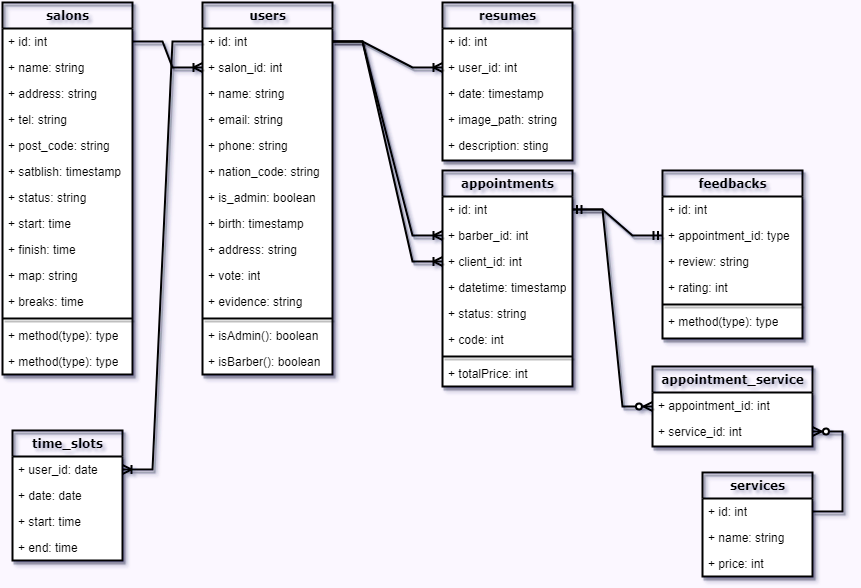
This is MoocutTableDiagram.drawio.png from RezaRfahi/moocut, a draw.io export, as it was before one commit. Source tidied: cells renumbered, new cells last; positions are measured from the earlier drawing's top-left corner, leaving out a move shared by most shapes.
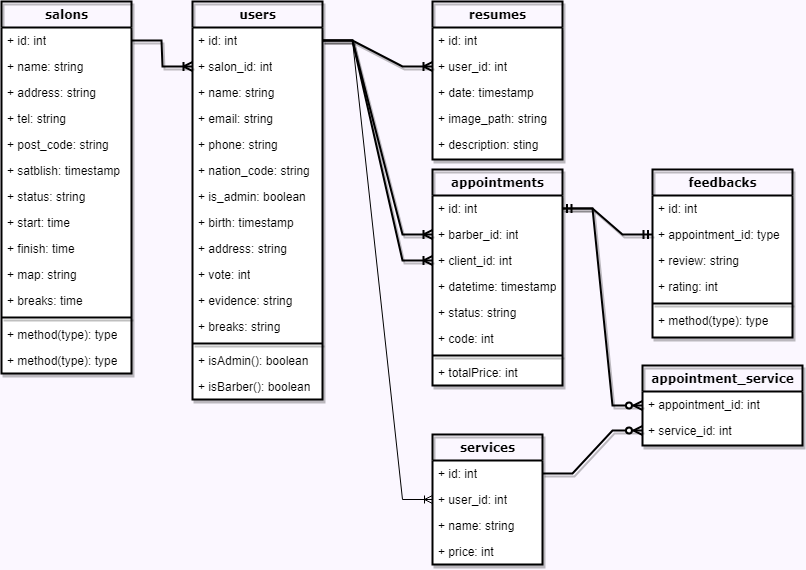
After the change.

Change to the diagram source:
```diff
@@ -12,7 +12,7 @@
       <mxGeometry y="52" width="160" height="26" as="geometry" />
     </mxCell>
     <mxCell id="5" value="users" style="swimlane;html=1;fontStyle=1;align=center;verticalAlign=top;horizontal=1;startSize=26;swimlaneFillColor=#ffffff;rounded=0;shadow=1;comic=0;labelBackgroundColor=none;strokeWidth=2;fillColor=none;fontFamily=Verdana;fontSize=12;" parent="1" vertex="1">
-      <mxGeometry x="200" width="130" height="372" as="geometry" />
+      <mxGeometry x="200" width="130" height="398" as="geometry" />
     </mxCell>
     <mxCell id="6" value="+ id: int" style="text;html=1;strokeColor=none;fillColor=none;align=left;verticalAlign=top;spacingLeft=4;spacingRight=4;whiteSpace=wrap;overflow=hidden;points=[[0,0.5],[1,0.5]];portConstraint=eastwest;shadow=1;strokeWidth=2;" parent="5" vertex="1">
       <mxGeometry y="26" width="130" height="26" as="geometry" />
@@ -47,14 +47,17 @@
     <mxCell id="16" value="+ evidence: string" style="text;html=1;strokeColor=none;fillColor=none;align=left;verticalAlign=top;spacingLeft=4;spacingRight=4;whiteSpace=wrap;overflow=hidden;shadow=1;strokeWidth=2;" parent="5" vertex="1">
       <mxGeometry y="286" width="130" height="26" as="geometry" />
     </mxCell>
+    <mxCell id="74" value="+ breaks: string" style="text;html=1;strokeColor=none;fillColor=none;align=left;verticalAlign=top;spacingLeft=4;spacingRight=4;whiteSpace=wrap;overflow=hidden;shadow=1;strokeWidth=2;" parent="5" vertex="1">
+      <mxGeometry y="312" width="130" height="26" as="geometry" />
+    </mxCell>
     <mxCell id="17" style="line;html=1;strokeWidth=2;fillColor=none;align=left;verticalAlign=middle;spacingTop=-1;spacingLeft=3;spacingRight=3;labelPosition=right;shadow=1;" parent="5" vertex="1">
-      <mxGeometry y="312" width="130" height="8" as="geometry" />
+      <mxGeometry y="338" width="130" height="8" as="geometry" />
     </mxCell>
     <mxCell id="18" value="+ isAdmin(): boolean" style="text;html=1;strokeColor=none;fillColor=none;align=left;verticalAlign=top;spacingLeft=4;spacingRight=4;whiteSpace=wrap;overflow=hidden;shadow=1;strokeWidth=2;" parent="5" vertex="1">
-      <mxGeometry y="320" width="130" height="26" as="geometry" />
+      <mxGeometry y="346" width="130" height="26" as="geometry" />
     </mxCell>
     <mxCell id="19" value="+ isBarber(): boolean" style="text;html=1;strokeColor=none;fillColor=none;align=left;verticalAlign=top;spacingLeft=4;spacingRight=4;whiteSpace=wrap;overflow=hidden;shadow=1;strokeWidth=2;" parent="5" vertex="1">
-      <mxGeometry y="346" width="130" height="26" as="geometry" />
+      <mxGeometry y="372" width="130" height="26" as="geometry" />
     </mxCell>
     <mxCell id="20" value="resumes" style="swimlane;html=1;fontStyle=1;align=center;verticalAlign=top;horizontal=1;startSize=26;swimlaneFillColor=#ffffff;rounded=0;shadow=1;comic=0;labelBackgroundColor=none;strokeWidth=2;fillColor=none;fontFamily=Verdana;fontSize=12;" parent="1" vertex="1">
       <mxGeometry x="440" width="130" height="158" as="geometry" />
@@ -102,7 +105,7 @@
       <mxGeometry y="190" width="130" height="26" as="geometry" />
     </mxCell>
     <mxCell id="35" value="salons" style="swimlane;html=1;fontStyle=1;align=center;verticalAlign=top;horizontal=1;startSize=26;swimlaneFillColor=#ffffff;rounded=0;shadow=1;comic=0;labelBackgroundColor=none;strokeWidth=2;fillColor=none;fontFamily=Verdana;fontSize=12;" parent="1" vertex="1">
-      <mxGeometry width="130" height="372" as="geometry" />
+      <mxGeometry x="9" width="130" height="372" as="geometry" />
     </mxCell>
     <mxCell id="36" value="+ id: int" style="text;html=1;strokeColor=none;fillColor=none;align=left;verticalAlign=top;spacingLeft=4;spacingRight=4;whiteSpace=wrap;overflow=hidden;points=[[0,0.5],[1,0.5]];portConstraint=eastwest;shadow=1;strokeWidth=2;" parent="35" vertex="1">
       <mxGeometry y="26" width="130" height="26" as="geometry" />
@@ -146,21 +149,6 @@
     <mxCell id="49" value="+ method(type): type" style="text;html=1;strokeColor=none;fillColor=none;align=left;verticalAlign=top;spacingLeft=4;spacingRight=4;whiteSpace=wrap;overflow=hidden;shadow=1;strokeWidth=2;" parent="35" vertex="1">
       <mxGeometry y="346" width="130" height="26" as="geometry" />
     </mxCell>
-    <mxCell id="50" value="time_slots" style="swimlane;html=1;fontStyle=1;align=center;verticalAlign=top;horizontal=1;startSize=26;swimlaneFillColor=#ffffff;rounded=0;shadow=1;comic=0;labelBackgroundColor=none;strokeWidth=2;fillColor=none;fontFamily=Verdana;fontSize=12;" parent="1" vertex="1">
-      <mxGeometry x="10" y="428" width="110" height="130" as="geometry" />
-    </mxCell>
-    <mxCell id="51" value="+ user_id: date" style="text;html=1;strokeColor=none;fillColor=none;align=left;verticalAlign=top;spacingLeft=4;spacingRight=4;whiteSpace=wrap;overflow=hidden;points=[[0,0.5],[1,0.5]];portConstraint=eastwest;shadow=1;strokeWidth=2;" parent="50" vertex="1">
-      <mxGeometry y="26" width="110" height="26" as="geometry" />
-    </mxCell>
-    <mxCell id="52" value="+ date: date" style="text;html=1;strokeColor=none;fillColor=none;align=left;verticalAlign=top;spacingLeft=4;spacingRight=4;whiteSpace=wrap;overflow=hidden;shadow=1;strokeWidth=2;" parent="50" vertex="1">
-      <mxGeometry y="52" width="110" height="26" as="geometry" />
-    </mxCell>
-    <mxCell id="53" value="+ start: time" style="text;html=1;strokeColor=none;fillColor=none;align=left;verticalAlign=top;spacingLeft=4;spacingRight=4;whiteSpace=wrap;overflow=hidden;shadow=1;strokeWidth=2;" parent="50" vertex="1">
-      <mxGeometry y="78" width="110" height="26" as="geometry" />
-    </mxCell>
-    <mxCell id="54" value="+ end: time" style="text;html=1;strokeColor=none;fillColor=none;align=left;verticalAlign=top;spacingLeft=4;spacingRight=4;whiteSpace=wrap;overflow=hidden;shadow=1;strokeWidth=2;" parent="50" vertex="1">
-      <mxGeometry y="104" width="110" height="26" as="geometry" />
-    </mxCell>
     <mxCell id="55" value="feedbacks" style="swimlane;html=1;fontStyle=1;align=center;verticalAlign=top;horizontal=1;startSize=26;swimlaneFillColor=#ffffff;rounded=0;shadow=1;comic=0;labelBackgroundColor=none;strokeWidth=2;fillColor=none;fontFamily=Verdana;fontSize=12;" parent="1" vertex="1">
       <mxGeometry x="660" y="168" width="140" height="168" as="geometry" />
     </mxCell>
@@ -183,16 +171,19 @@
       <mxGeometry y="138" width="140" height="26" as="geometry" />
     </mxCell>
     <mxCell id="62" value="services" style="swimlane;html=1;fontStyle=1;align=center;verticalAlign=top;horizontal=1;startSize=26;swimlaneFillColor=#ffffff;rounded=0;shadow=1;comic=0;labelBackgroundColor=none;strokeWidth=2;fillColor=none;fontFamily=Verdana;fontSize=12;" parent="1" vertex="1">
-      <mxGeometry x="700" y="470" width="110" height="104" as="geometry" />
+      <mxGeometry x="440" y="433" width="110" height="130" as="geometry" />
     </mxCell>
     <mxCell id="63" value="+ id: int" style="text;html=1;strokeColor=none;fillColor=none;align=left;verticalAlign=top;spacingLeft=4;spacingRight=4;whiteSpace=wrap;overflow=hidden;points=[[0,0.5],[1,0.5]];portConstraint=eastwest;shadow=1;strokeWidth=2;" parent="62" vertex="1">
       <mxGeometry y="26" width="110" height="26" as="geometry" />
     </mxCell>
+    <mxCell id="75" value="+ user_id: int" style="text;html=1;strokeColor=none;fillColor=none;align=left;verticalAlign=top;spacingLeft=4;spacingRight=4;whiteSpace=wrap;overflow=hidden;points=[[0,0.5],[1,0.5]];portConstraint=eastwest;shadow=1;strokeWidth=2;" parent="62" vertex="1">
+      <mxGeometry y="52" width="110" height="26" as="geometry" />
+    </mxCell>
     <mxCell id="64" value="+ name: string" style="text;html=1;strokeColor=none;fillColor=none;align=left;verticalAlign=top;spacingLeft=4;spacingRight=4;whiteSpace=wrap;overflow=hidden;shadow=1;strokeWidth=2;" parent="62" vertex="1">
-      <mxGeometry y="52" width="110" height="26" as="geometry" />
+      <mxGeometry y="78" width="110" height="26" as="geometry" />
     </mxCell>
     <mxCell id="65" value="+ price: int" style="text;html=1;strokeColor=none;fillColor=none;align=left;verticalAlign=top;spacingLeft=4;spacingRight=4;whiteSpace=wrap;overflow=hidden;shadow=1;strokeWidth=2;" parent="62" vertex="1">
-      <mxGeometry y="78" width="110" height="26" as="geometry" />
+      <mxGeometry y="104" width="110" height="26" as="geometry" />
     </mxCell>
     <mxCell id="66" style="edgeStyle=entityRelationEdgeStyle;fontSize=12;html=1;endArrow=ERoneToMany;rounded=0;exitX=1;exitY=0.5;exitDx=0;exitDy=0;entryX=0;entryY=0.5;entryDx=0;entryDy=0;shadow=1;strokeWidth=2;" parent="1" edge="1" source="36" target="7">
       <mxGeometry relative="1" as="geometry" />
@@ -212,11 +203,11 @@
     <mxCell id="71" style="edgeStyle=entityRelationEdgeStyle;fontSize=12;html=1;endArrow=ERzeroToMany;endFill=1;rounded=0;exitX=1;exitY=0.5;exitDx=0;exitDy=0;entryX=0;entryY=0.5;entryDx=0;entryDy=0;shadow=1;strokeWidth=2;" parent="1" edge="1" source="27" target="2">
       <mxGeometry relative="1" as="geometry" />
     </mxCell>
-    <mxCell id="72" style="edgeStyle=entityRelationEdgeStyle;fontSize=12;html=1;endArrow=ERzeroToMany;endFill=1;rounded=0;exitX=1;exitY=0.5;exitDx=0;exitDy=0;entryX=1;entryY=0.5;entryDx=0;entryDy=0;shadow=1;strokeWidth=2;" parent="1" edge="1" source="63" target="4">
+    <mxCell id="72" style="edgeStyle=entityRelationEdgeStyle;fontSize=12;html=1;endArrow=ERzeroToMany;endFill=1;rounded=0;exitX=1;exitY=0.5;exitDx=0;exitDy=0;entryX=0;entryY=0.5;entryDx=0;entryDy=0;shadow=1;strokeWidth=2;" parent="1" edge="1" source="63" target="4">
       <mxGeometry relative="1" as="geometry" />
     </mxCell>
-    <mxCell id="73" style="edgeStyle=entityRelationEdgeStyle;fontSize=12;html=1;endArrow=ERoneToMany;rounded=0;exitX=0;exitY=0.5;exitDx=0;exitDy=0;entryX=1;entryY=0.5;entryDx=0;entryDy=0;shadow=1;strokeWidth=2;" parent="1" edge="1" source="6" target="51">
-      <mxGeometry relative="1" as="geometry" />
-    </mxCell>
+    <mxCell id="76" style="edgeStyle=entityRelationEdgeStyle;fontSize=12;html=1;endArrow=ERoneToMany;rounded=0;exitX=1;exitY=0.5;exitDx=0;exitDy=0;entryX=0;entryY=0.5;entryDx=0;entryDy=0;" parent="1" edge="1" source="6" target="75">
+      <mxGeometry relative="1" as="geometry" />
+    </mxCell>
   </root>
 </mxGraphModel>
```
